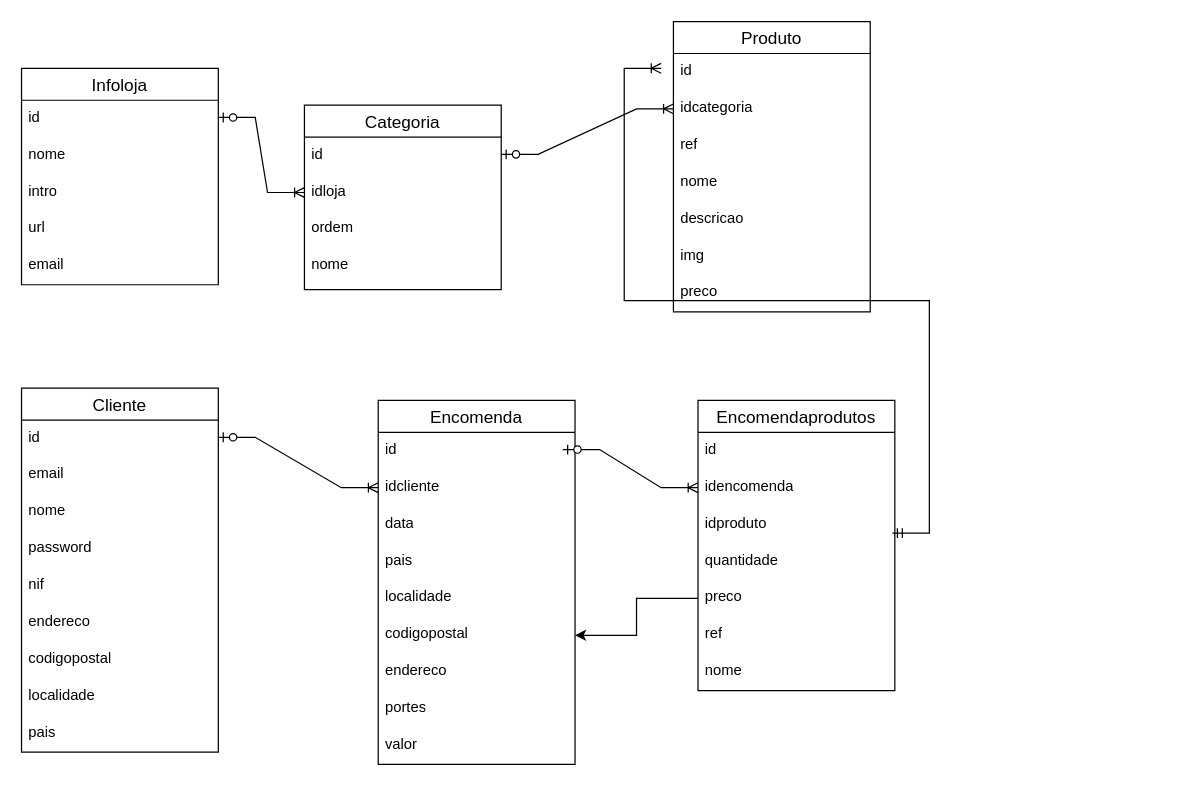
Earlier version of the draw.io diagram Ficha.drawio (luissantos-oficina/turma2p2023). Source tidied: cells renumbered, new cells numbered last; positions are measured from the earlier drawing's top-left corner, leaving out a move shared by most shapes. Both pictures are drawn from the tidied source at 123%, with x=0, y=0 at pixel (21, 21).
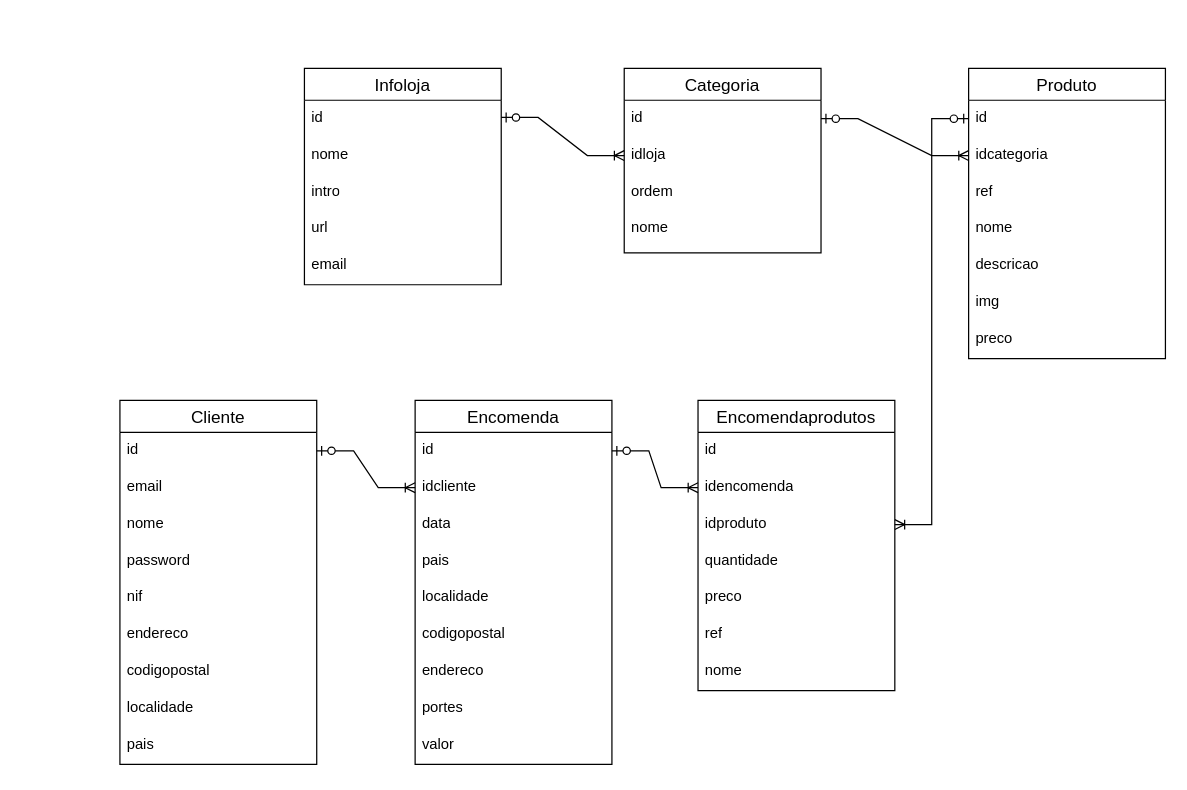
After the change.

Unchanged cells that the change refers to:
```xml
<mxCell id="10" value="id" style="text;strokeColor=none;fillColor=none;spacingLeft=4;spacingRight=4;overflow=hidden;points=[[0,0.5],[1,0.5]];portConstraint=eastwest;fontSize=12;whiteSpace=wrap;html=1;" parent="9" vertex="1">
  <mxGeometry y="26" width="160" height="30" as="geometry" />
</mxCell>
<mxCell id="11" value="&lt;div&gt;idloja&lt;/div&gt;" style="text;strokeColor=none;fillColor=none;spacingLeft=4;spacingRight=4;overflow=hidden;points=[[0,0.5],[1,0.5]];portConstraint=eastwest;fontSize=12;whiteSpace=wrap;html=1;" parent="9" vertex="1">
  <mxGeometry y="56" width="160" height="30" as="geometry" />
</mxCell>
<mxCell id="15" value="id" style="text;strokeColor=none;fillColor=none;spacingLeft=4;spacingRight=4;overflow=hidden;points=[[0,0.5],[1,0.5]];portConstraint=eastwest;fontSize=12;whiteSpace=wrap;html=1;" parent="14" vertex="1">
  <mxGeometry y="26" width="160" height="30" as="geometry" />
</mxCell>
<mxCell id="25" value="id" style="text;strokeColor=none;fillColor=none;spacingLeft=4;spacingRight=4;overflow=hidden;points=[[0,0.5],[1,0.5]];portConstraint=eastwest;fontSize=12;whiteSpace=wrap;html=1;" parent="24" vertex="1">
  <mxGeometry y="26" width="160" height="30" as="geometry" />
</mxCell>
<mxCell id="26" value="idcliente" style="text;strokeColor=none;fillColor=none;spacingLeft=4;spacingRight=4;overflow=hidden;points=[[0,0.5],[1,0.5]];portConstraint=eastwest;fontSize=12;whiteSpace=wrap;html=1;" parent="24" vertex="1">
  <mxGeometry y="56" width="160" height="30" as="geometry" />
</mxCell>
<mxCell id="30" value="codigopostal" style="text;strokeColor=none;fillColor=none;spacingLeft=4;spacingRight=4;overflow=hidden;points=[[0,0.5],[1,0.5]];portConstraint=eastwest;fontSize=12;whiteSpace=wrap;html=1;" parent="24" vertex="1">
  <mxGeometry y="176" width="160" height="30" as="geometry" />
</mxCell>
<mxCell id="36" value="idencomenda" style="text;strokeColor=none;fillColor=none;spacingLeft=4;spacingRight=4;overflow=hidden;points=[[0,0.5],[1,0.5]];portConstraint=eastwest;fontSize=12;whiteSpace=wrap;html=1;" parent="34" vertex="1">
  <mxGeometry y="56" width="160" height="30" as="geometry" />
</mxCell>
<mxCell id="37" value="idproduto" style="text;strokeColor=none;fillColor=none;spacingLeft=4;spacingRight=4;overflow=hidden;points=[[0,0.5],[1,0.5]];portConstraint=eastwest;fontSize=12;whiteSpace=wrap;html=1;" parent="34" vertex="1">
  <mxGeometry y="86" width="160" height="30" as="geometry" />
</mxCell>
<mxCell id="39" value="preco" style="text;strokeColor=none;fillColor=none;spacingLeft=4;spacingRight=4;overflow=hidden;points=[[0,0.5],[1,0.5]];portConstraint=eastwest;fontSize=12;whiteSpace=wrap;html=1;" parent="34" vertex="1">
  <mxGeometry y="146" width="160" height="30" as="geometry" />
</mxCell>
<mxCell id="43" value="id" style="text;strokeColor=none;fillColor=none;spacingLeft=4;spacingRight=4;overflow=hidden;points=[[0,0.5],[1,0.5]];portConstraint=eastwest;fontSize=12;whiteSpace=wrap;html=1;" parent="42" vertex="1">
  <mxGeometry y="26" width="160" height="30" as="geometry" />
</mxCell>
<mxCell id="44" value="idcategoria" style="text;strokeColor=none;fillColor=none;spacingLeft=4;spacingRight=4;overflow=hidden;points=[[0,0.5],[1,0.5]];portConstraint=eastwest;fontSize=12;whiteSpace=wrap;html=1;" parent="42" vertex="1">
  <mxGeometry y="56" width="160" height="30" as="geometry" />
</mxCell>
```

Change to the diagram source:
```diff
@@
     <mxCell id="2" value="Infoloja" style="swimlane;fontStyle=0;horizontal=1;startSize=26;align=center;fontSize=14;" parent="1" vertex="1">
-      <mxGeometry y="38" width="160" height="176" as="geometry" />
+      <mxGeometry x="230" y="38" width="160" height="176" as="geometry" />
     </mxCell>
@@
-    <mxCell id="4" style="edgeStyle=entityRelationEdgeStyle;fontSize=12;html=1;endArrow=ERoneToMany;startArrow=ERzeroToOne;rounded=0;entryX=0;entryY=0.5;entryDx=0;entryDy=0;" parent="2" edge="1" target="11">
+    <mxCell id="4" style="edgeStyle=entityRelationEdgeStyle;fontSize=12;html=1;endArrow=ERoneToMany;startArrow=ERzeroToOne;rounded=0;" parent="2" edge="1" target="11">
       <mxGeometry relative="1" as="geometry">
         <mxPoint x="160" y="40" as="sourcePoint" />
       </mxGeometry>
     </mxCell>
@@
     <mxCell id="9" value="Categoria" style="swimlane;fontStyle=0;horizontal=1;startSize=26;align=center;fontSize=14;" parent="1" vertex="1">
-      <mxGeometry x="230" y="68" width="160" height="150" as="geometry" />
+      <mxGeometry x="490" y="38" width="160" height="150" as="geometry" />
     </mxCell>
@@
     <mxCell id="14" value="Cliente" style="swimlane;fontStyle=0;horizontal=1;startSize=26;align=center;fontSize=14;" parent="1" vertex="1">
-      <mxGeometry y="298" width="160" height="296" as="geometry" />
+      <mxGeometry x="80" y="308" width="160" height="296" as="geometry" />
     </mxCell>
@@
     <mxCell id="24" value="Encomenda" style="swimlane;fontStyle=0;horizontal=1;startSize=26;align=center;fontSize=14;" parent="1" vertex="1">
-      <mxGeometry x="290" y="308" width="160" height="296" as="geometry" />
+      <mxGeometry x="320" y="308" width="160" height="296" as="geometry" />
     </mxCell>
@@
     <mxCell id="42" value="Produto" style="swimlane;fontStyle=0;horizontal=1;startSize=26;align=center;fontSize=14;" parent="1" vertex="1">
-      <mxGeometry x="530" width="160" height="236" as="geometry" />
+      <mxGeometry x="770" y="38" width="160" height="236" as="geometry" />
     </mxCell>
@@
-    <mxCell id="50" style="edgeStyle=entityRelationEdgeStyle;fontSize=12;html=1;endArrow=ERoneToMany;startArrow=ERzeroToOne;rounded=0;entryX=0;entryY=0.5;entryDx=0;entryDy=0;" parent="1" edge="1" target="44">
+    <mxCell id="50" style="edgeStyle=entityRelationEdgeStyle;fontSize=12;html=1;endArrow=ERoneToMany;startArrow=ERzeroToOne;rounded=0;entryX=0;entryY=0.5;entryDx=0;entryDy=0;exitX=1;exitY=0.5;exitDx=0;exitDy=0;" parent="1" edge="1" source="10" target="44">
       <mxGeometry relative="1" as="geometry">
-        <mxPoint x="390" y="108" as="sourcePoint" />
+        <Array as="points">
+          <mxPoint x="660" y="98" />
+        </Array>
       </mxGeometry>
     </mxCell>
-    <mxCell id="51" style="edgeStyle=entityRelationEdgeStyle;fontSize=12;html=1;endArrow=ERoneToMany;startArrow=ERzeroToOne;rounded=0;entryX=0;entryY=0.5;entryDx=0;entryDy=0;" parent="1" edge="1" target="26">
-      <mxGeometry relative="1" as="geometry">
-        <mxPoint x="160" y="338" as="sourcePoint" />
-      </mxGeometry>
+    <mxCell id="51" style="edgeStyle=entityRelationEdgeStyle;fontSize=12;html=1;endArrow=ERoneToMany;startArrow=ERzeroToOne;rounded=0;entryX=0;entryY=0.5;entryDx=0;entryDy=0;" parent="1" edge="1" source="15" target="26">
+      <mxGeometry relative="1" as="geometry" />
     </mxCell>
-    <mxCell id="52" style="edgeStyle=entityRelationEdgeStyle;fontSize=12;html=1;endArrow=ERoneToMany;startArrow=ERzeroToOne;rounded=0;entryX=0;entryY=0.5;entryDx=0;entryDy=0;" parent="1" edge="1" target="36">
-      <mxGeometry relative="1" as="geometry">
-        <mxPoint x="440" y="348" as="sourcePoint" />
-      </mxGeometry>
+    <mxCell id="52" style="edgeStyle=entityRelationEdgeStyle;fontSize=12;html=1;endArrow=ERoneToMany;startArrow=ERzeroToOne;rounded=0;entryX=0;entryY=0.5;entryDx=0;entryDy=0;" parent="1" edge="1" source="25" target="36">
+      <mxGeometry relative="1" as="geometry" />
     </mxCell>
-    <mxCell id="53" style="edgeStyle=orthogonalEdgeStyle;rounded=0;jettySize=auto;html=1;" parent="1" edge="1" source="39" target="30">
-      <mxGeometry relative="1" as="geometry" />
-    </mxCell>
-    <mxCell id="54" style="edgeStyle=entityRelationEdgeStyle;fontSize=12;html=1;endArrow=ERoneToMany;startArrow=ERmandOne;rounded=0;exitX=0.988;exitY=0.733;exitDx=0;exitDy=0;exitPerimeter=0;" parent="1" edge="1" source="37">
-      <mxGeometry relative="1" as="geometry">
-        <mxPoint x="520" y="38" as="targetPoint" />
-      </mxGeometry>
-    </mxCell>
+    <mxCell id="55" style="edgeStyle=entityRelationEdgeStyle;fontSize=12;html=1;endArrow=ERoneToMany;startArrow=ERzeroToOne;rounded=0;" parent="1" edge="1" source="43" target="37">
+      <mxGeometry relative="1" as="geometry">
+        <Array as="points">
+          <mxPoint x="1230" y="758" />
+        </Array>
+      </mxGeometry>
+    </mxCell>
```
